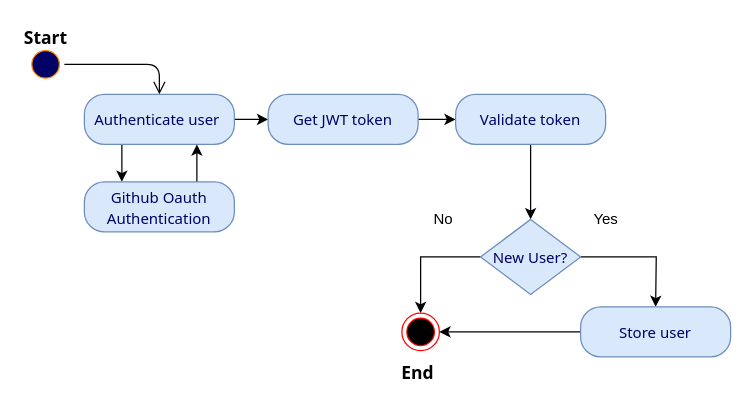
This is diagrams/activity-diagrams/diagram-instruction-(draw-io)/Login.drawio from arjansunar/It-project-docs, a draw.io file, before an edit. Source tidied: cells renumbered, new cells numbered last; positions are measured from the earlier drawing's top-left corner, leaving out a move shared by most shapes. Both pictures are drawn from the tidied source at 125%, with x=0, y=0 at pixel (21, 21).
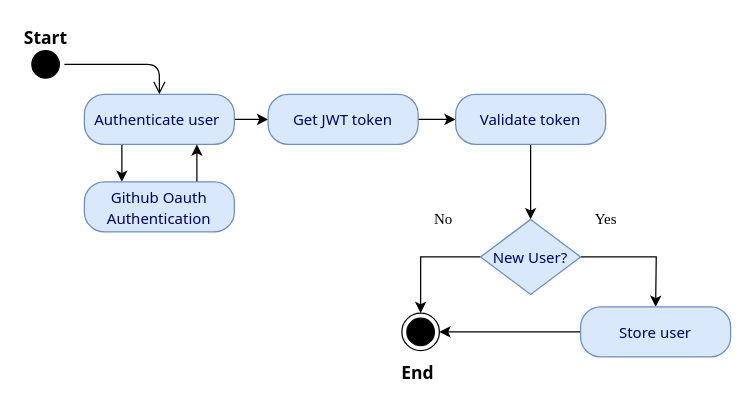
The same page after the edit.

Commit message (it also covers changes not shown here):
updating figure postitions and figure text styles

Diff of the diagram source:
```diff
@@
-    <mxCell id="2" style="ellipse;html=1;shape=startState;fillColor=#000066;strokeColor=#FF8000;fontFamily=Tahoma;fontSize=14;fontColor=#FF8000;" parent="1" vertex="1">
+    <mxCell id="2" style="ellipse;html=1;shape=startState;fillColor=#000000;strokeColor=#000000;fontFamily=Tahoma;fontSize=14;fontColor=#FF8000;" parent="1" vertex="1">
       <mxGeometry x="4" y="19" width="30" height="30" as="geometry" />
     </mxCell>
@@
-    <mxCell id="17" style="ellipse;html=1;shape=endState;fillColor=#000000;strokeColor=#ff0000;fontSize=12;fontColor=#000000;" parent="1" vertex="1">
+    <mxCell id="17" style="ellipse;html=1;shape=endState;fillColor=#000000;strokeColor=#000000;fontSize=12;fontColor=#000000;" parent="1" vertex="1">
       <mxGeometry x="304" y="233" width="30" height="30" as="geometry" />
     </mxCell>
-    <mxCell id="18" value="No" style="text;html=1;align=center;verticalAlign=middle;strokeColor=none;fillColor=none;fontSize=12;fontColor=#000000;" parent="1" vertex="1">
+    <mxCell id="18" value="No" style="text;html=1;align=center;verticalAlign=middle;strokeColor=none;fillColor=none;fontSize=12;fontColor=#000000;fontFamily=Times New Roman;" parent="1" vertex="1">
       <mxGeometry x="322" y="148" width="30" height="20" as="geometry" />
     </mxCell>
-    <mxCell id="19" value="Yes" style="text;html=1;align=center;verticalAlign=middle;strokeColor=none;fillColor=none;fontSize=12;fontColor=#000000;" parent="1" vertex="1">
-      <mxGeometry x="447" y="148" width="40" height="20" as="geometry" />
+    <mxCell id="19" value="Yes" style="text;html=1;align=center;verticalAlign=middle;strokeColor=none;fillColor=none;fontSize=12;fontColor=#000000;fontFamily=Times New Roman;" parent="1" vertex="1">
+      <mxGeometry x="452" y="148" width="30" height="20" as="geometry" />
     </mxCell>
```
